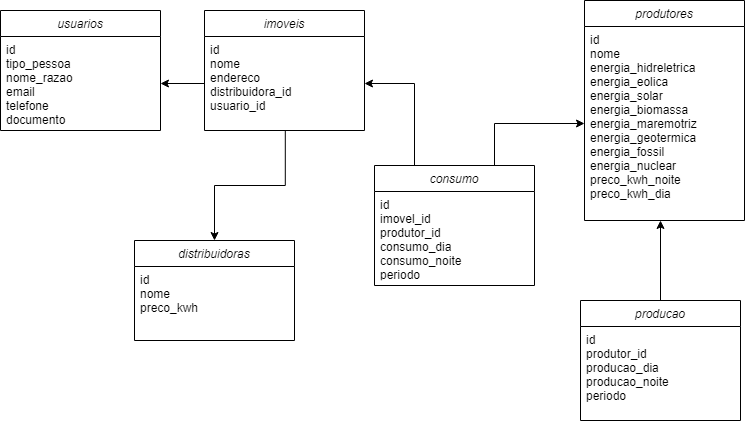
Above: backend/modelagem_tabelas.drawio.png in ptk-trindade/hackathon-navi (draw.io), before the change. Source tidied: cells renumbered, new cells last; positions are measured from the earlier drawing's top-left corner, leaving out a move shared by most shapes. Its diagram source:
```xml
<mxGraphModel>
  <root>
    <mxCell id="0" />
    <mxCell id="1" parent="0" />
    <mxCell id="2" value="usuarios" style="swimlane;fontStyle=2;align=center;verticalAlign=top;horizontal=1;startSize=26;rounded=0;shadow=0;strokeWidth=1;" parent="1" vertex="1">
      <mxGeometry y="10" width="160" height="120" as="geometry" />
    </mxCell>
    <mxCell id="3" value="id&#10;tipo_pessoa&#10;nome_razao&#10;email&#10;telefone&#10;documento" style="text;align=left;verticalAlign=top;spacingLeft=4;spacingRight=4;overflow=hidden;points=[[0,0.5],[1,0.5]];portConstraint=eastwest;" parent="2" vertex="1">
      <mxGeometry y="26" width="160" height="94" as="geometry" />
    </mxCell>
    <mxCell id="4" value="produtores" style="swimlane;fontStyle=2;align=center;verticalAlign=top;horizontal=1;startSize=26;rounded=0;shadow=0;strokeWidth=1;" parent="1" vertex="1">
      <mxGeometry x="584" width="160" height="220" as="geometry" />
    </mxCell>
    <mxCell id="5" value="id&#10;nome&#10;energia_hidreletrica&#10;energia_eolica&#10;energia_solar&#10;energia_biomassa&#10;energia_maremotriz&#10;energia_geotermica&#10;energia_fossil&#10;energia_nuclear&#10;preco_kwh_noite&#10;preco_kwh_dia&#10;" style="text;align=left;verticalAlign=top;spacingLeft=4;spacingRight=4;overflow=hidden;points=[[0,0.5],[1,0.5]];portConstraint=eastwest;" parent="4" vertex="1">
      <mxGeometry y="26" width="160" height="194" as="geometry" />
    </mxCell>
    <mxCell id="6" value="imoveis" style="swimlane;fontStyle=2;align=center;verticalAlign=top;horizontal=1;startSize=26;rounded=0;shadow=0;strokeWidth=1;" parent="1" vertex="1">
      <mxGeometry x="204" y="10" width="160" height="120" as="geometry" />
    </mxCell>
    <mxCell id="7" value="id&#10;nome&#10;endereco&#10;distribuidora_id&#10;usuario_id" style="text;align=left;verticalAlign=top;spacingLeft=4;spacingRight=4;overflow=hidden;points=[[0,0.5],[1,0.5]];portConstraint=eastwest;" parent="6" vertex="1">
      <mxGeometry y="26" width="160" height="94" as="geometry" />
    </mxCell>
    <mxCell id="8" style="edgeStyle=orthogonalEdgeStyle;rounded=0;jettySize=auto;html=1;exitX=0.25;exitY=0;exitDx=0;exitDy=0;entryX=1;entryY=0.5;entryDx=0;entryDy=0;" parent="1" edge="1" source="10" target="7">
      <mxGeometry relative="1" as="geometry" />
    </mxCell>
    <mxCell id="9" style="edgeStyle=orthogonalEdgeStyle;rounded=0;jettySize=auto;html=1;exitX=0.75;exitY=0;exitDx=0;exitDy=0;entryX=0;entryY=0.5;entryDx=0;entryDy=0;" parent="1" edge="1" source="10" target="5">
      <mxGeometry relative="1" as="geometry" />
    </mxCell>
    <mxCell id="10" value="consumo" style="swimlane;fontStyle=2;align=center;verticalAlign=top;horizontal=1;startSize=26;rounded=0;shadow=0;strokeWidth=1;" parent="1" vertex="1">
      <mxGeometry x="374" y="165" width="160" height="120" as="geometry" />
    </mxCell>
    <mxCell id="11" value="id&#10;imovel_id&#10;produtor_id&#10;consumo_dia&#10;consumo_noite&#10;periodo" style="text;align=left;verticalAlign=top;spacingLeft=4;spacingRight=4;overflow=hidden;" parent="10" vertex="1">
      <mxGeometry y="26" width="160" height="84" as="geometry" />
    </mxCell>
    <mxCell id="12" style="edgeStyle=orthogonalEdgeStyle;rounded=0;jettySize=auto;html=1;exitX=0;exitY=0.5;exitDx=0;exitDy=0;entryX=1;entryY=0.5;entryDx=0;entryDy=0;" parent="1" edge="1" source="7" target="3">
      <mxGeometry relative="1" as="geometry" />
    </mxCell>
    <mxCell id="13" style="edgeStyle=orthogonalEdgeStyle;rounded=0;jettySize=auto;html=1;entryX=0.5;entryY=0;entryDx=0;entryDy=0;exitX=0.505;exitY=0.998;exitDx=0;exitDy=0;exitPerimeter=0;" parent="1" edge="1" source="7" target="14">
      <mxGeometry relative="1" as="geometry" />
    </mxCell>
    <mxCell id="14" value="distribuidoras" style="swimlane;fontStyle=2;align=center;verticalAlign=top;horizontal=1;startSize=26;rounded=0;shadow=0;strokeWidth=1;" parent="1" vertex="1">
      <mxGeometry x="134" y="240" width="160" height="100" as="geometry" />
    </mxCell>
    <mxCell id="15" value="id&#10;nome&#10;preco_kwh" style="text;align=left;verticalAlign=top;spacingLeft=4;spacingRight=4;overflow=hidden;" parent="14" vertex="1">
      <mxGeometry y="26" width="160" height="74" as="geometry" />
    </mxCell>
    <mxCell id="16" style="edgeStyle=orthogonalEdgeStyle;rounded=0;jettySize=auto;html=1;exitX=0.5;exitY=0;exitDx=0;exitDy=0;entryX=0.475;entryY=1;entryDx=0;entryDy=0;entryPerimeter=0;" parent="1" edge="1" source="17" target="5">
      <mxGeometry relative="1" as="geometry" />
    </mxCell>
    <mxCell id="17" value="producao" style="swimlane;fontStyle=2;align=center;verticalAlign=top;horizontal=1;startSize=26;rounded=0;shadow=0;strokeWidth=1;" parent="1" vertex="1">
      <mxGeometry x="580" y="300" width="160" height="120" as="geometry" />
    </mxCell>
    <mxCell id="18" value="id&#10;produtor_id&#10;producao_dia&#10;producao_noite&#10;periodo" style="text;align=left;verticalAlign=top;spacingLeft=4;spacingRight=4;overflow=hidden;" parent="17" vertex="1">
      <mxGeometry y="26" width="160" height="84" as="geometry" />
    </mxCell>
  </root>
</mxGraphModel>
```
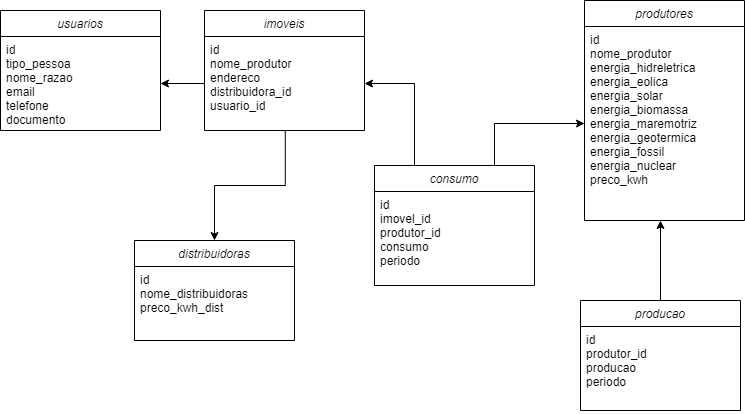
Above is the later version.

Commit message:
sem diferenciacao dia/noite

Change to the diagram source:
```diff
@@ -11,13 +11,13 @@
     <mxCell id="4" value="produtores" style="swimlane;fontStyle=2;align=center;verticalAlign=top;horizontal=1;startSize=26;rounded=0;shadow=0;strokeWidth=1;" parent="1" vertex="1">
       <mxGeometry x="584" width="160" height="220" as="geometry" />
     </mxCell>
-    <mxCell id="5" value="id&#10;nome&#10;energia_hidreletrica&#10;energia_eolica&#10;energia_solar&#10;energia_biomassa&#10;energia_maremotriz&#10;energia_geotermica&#10;energia_fossil&#10;energia_nuclear&#10;preco_kwh_noite&#10;preco_kwh_dia&#10;" style="text;align=left;verticalAlign=top;spacingLeft=4;spacingRight=4;overflow=hidden;points=[[0,0.5],[1,0.5]];portConstraint=eastwest;" parent="4" vertex="1">
+    <mxCell id="5" value="id&#10;nome_produtor&#10;energia_hidreletrica&#10;energia_eolica&#10;energia_solar&#10;energia_biomassa&#10;energia_maremotriz&#10;energia_geotermica&#10;energia_fossil&#10;energia_nuclear&#10;preco_kwh&#10;" style="text;align=left;verticalAlign=top;spacingLeft=4;spacingRight=4;overflow=hidden;points=[[0,0.5],[1,0.5]];portConstraint=eastwest;" parent="4" vertex="1">
       <mxGeometry y="26" width="160" height="194" as="geometry" />
     </mxCell>
     <mxCell id="6" value="imoveis" style="swimlane;fontStyle=2;align=center;verticalAlign=top;horizontal=1;startSize=26;rounded=0;shadow=0;strokeWidth=1;" parent="1" vertex="1">
       <mxGeometry x="204" y="10" width="160" height="120" as="geometry" />
     </mxCell>
-    <mxCell id="7" value="id&#10;nome&#10;endereco&#10;distribuidora_id&#10;usuario_id" style="text;align=left;verticalAlign=top;spacingLeft=4;spacingRight=4;overflow=hidden;points=[[0,0.5],[1,0.5]];portConstraint=eastwest;" parent="6" vertex="1">
+    <mxCell id="7" value="id&#10;nome_produtor&#10;endereco&#10;distribuidora_id&#10;usuario_id" style="text;align=left;verticalAlign=top;spacingLeft=4;spacingRight=4;overflow=hidden;points=[[0,0.5],[1,0.5]];portConstraint=eastwest;" parent="6" vertex="1">
       <mxGeometry y="26" width="160" height="94" as="geometry" />
     </mxCell>
     <mxCell id="8" style="edgeStyle=orthogonalEdgeStyle;rounded=0;jettySize=auto;html=1;exitX=0.25;exitY=0;exitDx=0;exitDy=0;entryX=1;entryY=0.5;entryDx=0;entryDy=0;" parent="1" edge="1" source="10" target="7">
@@ -29,7 +29,7 @@
     <mxCell id="10" value="consumo" style="swimlane;fontStyle=2;align=center;verticalAlign=top;horizontal=1;startSize=26;rounded=0;shadow=0;strokeWidth=1;" parent="1" vertex="1">
       <mxGeometry x="374" y="165" width="160" height="120" as="geometry" />
     </mxCell>
-    <mxCell id="11" value="id&#10;imovel_id&#10;produtor_id&#10;consumo_dia&#10;consumo_noite&#10;periodo" style="text;align=left;verticalAlign=top;spacingLeft=4;spacingRight=4;overflow=hidden;" parent="10" vertex="1">
+    <mxCell id="11" value="id&#10;imovel_id&#10;produtor_id&#10;consumo&#10;periodo" style="text;align=left;verticalAlign=top;spacingLeft=4;spacingRight=4;overflow=hidden;" parent="10" vertex="1">
       <mxGeometry y="26" width="160" height="84" as="geometry" />
     </mxCell>
     <mxCell id="12" style="edgeStyle=orthogonalEdgeStyle;rounded=0;jettySize=auto;html=1;exitX=0;exitY=0.5;exitDx=0;exitDy=0;entryX=1;entryY=0.5;entryDx=0;entryDy=0;" parent="1" edge="1" source="7" target="3">
@@ -41,16 +41,16 @@
     <mxCell id="14" value="distribuidoras" style="swimlane;fontStyle=2;align=center;verticalAlign=top;horizontal=1;startSize=26;rounded=0;shadow=0;strokeWidth=1;" parent="1" vertex="1">
       <mxGeometry x="134" y="240" width="160" height="100" as="geometry" />
     </mxCell>
-    <mxCell id="15" value="id&#10;nome&#10;preco_kwh" style="text;align=left;verticalAlign=top;spacingLeft=4;spacingRight=4;overflow=hidden;" parent="14" vertex="1">
+    <mxCell id="15" value="id&#10;nome_distribuidoras&#10;preco_kwh_dist" style="text;align=left;verticalAlign=top;spacingLeft=4;spacingRight=4;overflow=hidden;" parent="14" vertex="1">
       <mxGeometry y="26" width="160" height="74" as="geometry" />
     </mxCell>
     <mxCell id="16" style="edgeStyle=orthogonalEdgeStyle;rounded=0;jettySize=auto;html=1;exitX=0.5;exitY=0;exitDx=0;exitDy=0;entryX=0.475;entryY=1;entryDx=0;entryDy=0;entryPerimeter=0;" parent="1" edge="1" source="17" target="5">
       <mxGeometry relative="1" as="geometry" />
     </mxCell>
     <mxCell id="17" value="producao" style="swimlane;fontStyle=2;align=center;verticalAlign=top;horizontal=1;startSize=26;rounded=0;shadow=0;strokeWidth=1;" parent="1" vertex="1">
-      <mxGeometry x="580" y="300" width="160" height="120" as="geometry" />
+      <mxGeometry x="580" y="300" width="160" height="110" as="geometry" />
     </mxCell>
-    <mxCell id="18" value="id&#10;produtor_id&#10;producao_dia&#10;producao_noite&#10;periodo" style="text;align=left;verticalAlign=top;spacingLeft=4;spacingRight=4;overflow=hidden;" parent="17" vertex="1">
+    <mxCell id="18" value="id&#10;produtor_id&#10;producao&#10;periodo" style="text;align=left;verticalAlign=top;spacingLeft=4;spacingRight=4;overflow=hidden;" parent="17" vertex="1">
       <mxGeometry y="26" width="160" height="84" as="geometry" />
     </mxCell>
   </root>
```
